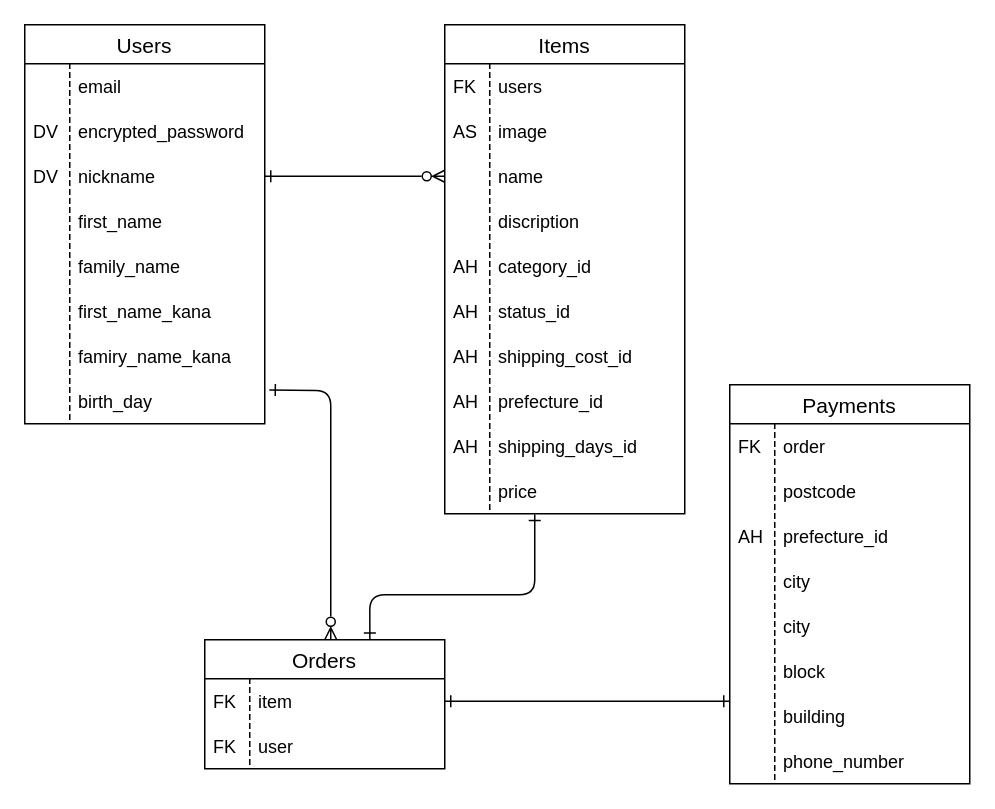
The draw.io diagram furima-38755.dio in prototypefilverse/furima-38755, before the edit. Source tidied: cells renumbered, new cells numbered last; positions are measured from the earlier drawing's top-left corner, leaving out a move shared by most shapes. Both pictures are drawn from the tidied source at 150%, with x=0, y=0 at pixel (24, 24).
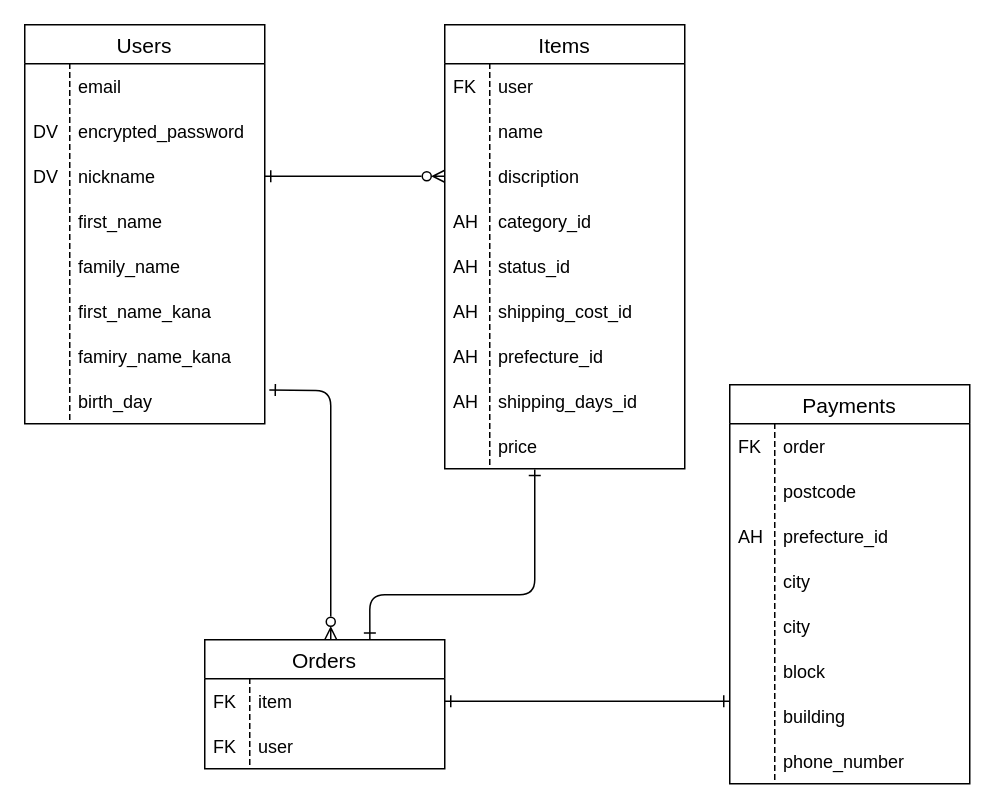
The same diagram, later.

Commit message (it also covers changes not shown here):
データベース設計修正２

The change refers to these unchanged cells:
```xml
<mxCell id="29" value="nickname" style="shape=partialRectangle;fillColor=none;align=left;verticalAlign=middle;strokeColor=none;spacingLeft=34;points=[[0,0.5],[1,0.5]];portConstraint=eastwest;" parent="24" vertex="1">
  <mxGeometry y="86" width="160" height="30" as="geometry" />
</mxCell>
```

Change to the diagram source:
```diff
@@
     <mxCell id="2" value="Items" style="swimlane;fontStyle=0;horizontal=1;startSize=26;align=center;fontSize=14;" parent="1" vertex="1">
-      <mxGeometry x="280" width="160" height="326" as="geometry" />
+      <mxGeometry x="280" width="160" height="296" as="geometry" />
     </mxCell>
-    <mxCell id="3" value="users" style="shape=partialRectangle;fillColor=none;align=left;verticalAlign=middle;strokeColor=none;spacingLeft=34;" parent="2" vertex="1">
+    <mxCell id="3" value="user" style="shape=partialRectangle;fillColor=none;align=left;verticalAlign=middle;strokeColor=none;spacingLeft=34;" parent="2" vertex="1">
       <mxGeometry y="26" width="160" height="30" as="geometry" />
     </mxCell>
@@
-    <mxCell id="5" value="image" style="shape=partialRectangle;fillColor=none;align=left;verticalAlign=middle;strokeColor=none;spacingLeft=34;" parent="2" vertex="1">
-      <mxGeometry y="56" width="160" height="30" as="geometry" />
-    </mxCell>
-    <mxCell id="6" value="AS" style="shape=partialRectangle;top=0;left=0;bottom=0;fillColor=none;stokeWidth=1;dashed=1;align=left;verticalAlign=middle;spacingLeft=4;spacingRight=4;overflow=hidden;" parent="5" vertex="1">
-      <mxGeometry width="30" height="30" as="geometry" />
-    </mxCell>
     <mxCell id="7" value="name" style="shape=partialRectangle;fillColor=none;align=left;verticalAlign=middle;strokeColor=none;spacingLeft=34;points=[[0,0.5],[1,0.5]];portConstraint=eastwest;" parent="2" vertex="1">
-      <mxGeometry y="86" width="160" height="30" as="geometry" />
+      <mxGeometry y="56" width="160" height="30" as="geometry" />
     </mxCell>
@@
     <mxCell id="9" value="discription" style="shape=partialRectangle;fillColor=none;align=left;verticalAlign=middle;strokeColor=none;spacingLeft=34;points=[[0,0.5],[1,0.5]];portConstraint=eastwest;" parent="2" vertex="1">
-      <mxGeometry y="116" width="160" height="30" as="geometry" />
+      <mxGeometry y="86" width="160" height="30" as="geometry" />
     </mxCell>
@@
     <mxCell id="11" value="category_id" style="shape=partialRectangle;fillColor=none;align=left;verticalAlign=middle;strokeColor=none;spacingLeft=34;" parent="2" vertex="1">
-      <mxGeometry y="146" width="160" height="30" as="geometry" />
+      <mxGeometry y="116" width="160" height="30" as="geometry" />
     </mxCell>
@@
     <mxCell id="13" value="status_id" style="shape=partialRectangle;fillColor=none;align=left;verticalAlign=middle;strokeColor=none;spacingLeft=34;" parent="2" vertex="1">
-      <mxGeometry y="176" width="160" height="30" as="geometry" />
+      <mxGeometry y="146" width="160" height="30" as="geometry" />
     </mxCell>
@@
     <mxCell id="15" value="shipping_cost_id" style="shape=partialRectangle;fillColor=none;align=left;verticalAlign=middle;strokeColor=none;spacingLeft=34;" parent="2" vertex="1">
-      <mxGeometry y="206" width="160" height="30" as="geometry" />
+      <mxGeometry y="176" width="160" height="30" as="geometry" />
     </mxCell>
@@
     <mxCell id="17" value="prefecture_id" style="shape=partialRectangle;fillColor=none;align=left;verticalAlign=middle;strokeColor=none;spacingLeft=34;" parent="2" vertex="1">
-      <mxGeometry y="236" width="160" height="30" as="geometry" />
+      <mxGeometry y="206" width="160" height="30" as="geometry" />
     </mxCell>
@@
     <mxCell id="19" value="shipping_days_id" style="shape=partialRectangle;fillColor=none;align=left;verticalAlign=middle;strokeColor=none;spacingLeft=34;" parent="2" vertex="1">
-      <mxGeometry y="266" width="160" height="30" as="geometry" />
+      <mxGeometry y="236" width="160" height="30" as="geometry" />
     </mxCell>
@@
     <mxCell id="21" value="price" style="shape=partialRectangle;fillColor=none;align=left;verticalAlign=middle;strokeColor=none;spacingLeft=34;points=[[0,0.5],[1,0.5]];portConstraint=eastwest;" parent="2" vertex="1">
-      <mxGeometry y="296" width="160" height="30" as="geometry" />
+      <mxGeometry y="266" width="160" height="30" as="geometry" />
     </mxCell>
@@
-    <mxCell id="63" style="edgeStyle=none;html=1;exitX=1;exitY=0.5;exitDx=0;exitDy=0;entryX=0;entryY=0.5;entryDx=0;entryDy=0;endArrow=ERzeroToMany;endFill=0;startArrow=ERone;startFill=0;" parent="1" edge="1" source="29" target="7">
+    <mxCell id="63" style="edgeStyle=none;html=1;exitX=1;exitY=0.5;exitDx=0;exitDy=0;entryX=0;entryY=0.5;entryDx=0;entryDy=0;endArrow=ERzeroToMany;endFill=0;startArrow=ERone;startFill=0;" parent="1" edge="1" source="29" target="9">
       <mxGeometry relative="1" as="geometry" />
     </mxCell>
```
